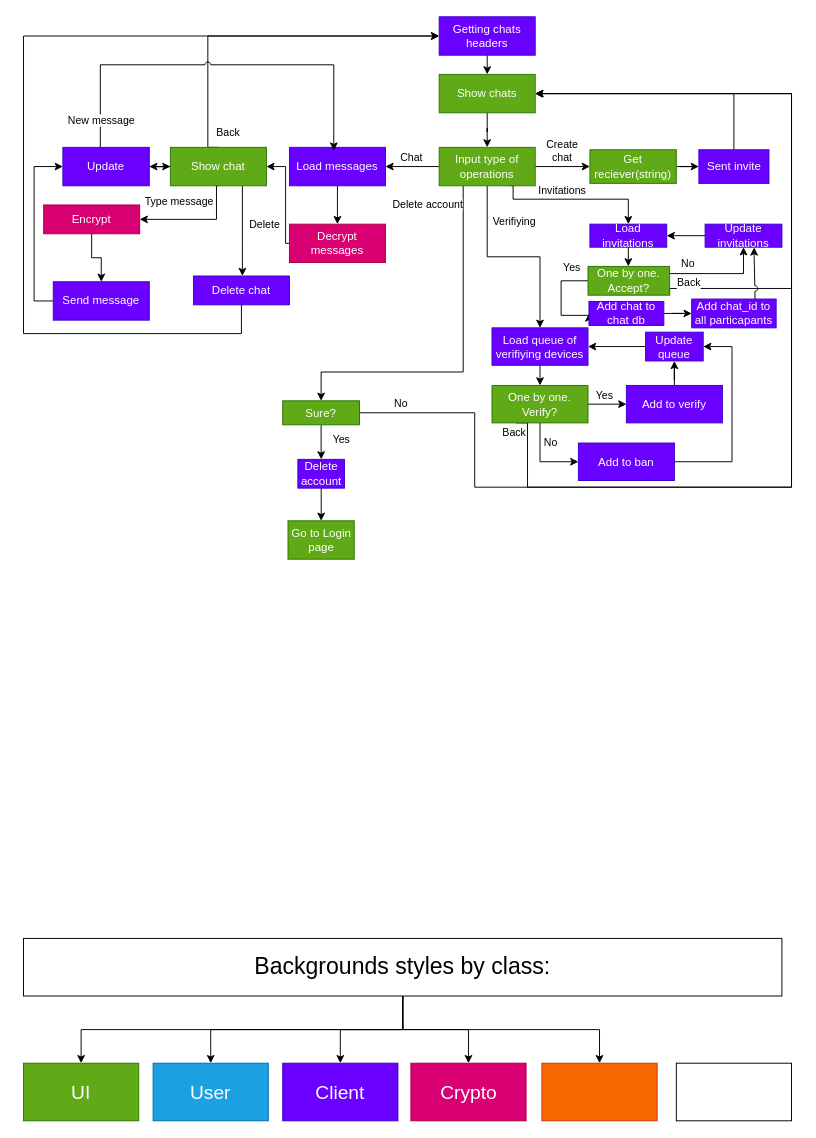
This is page "Main menu" (3 of 3) of Interaction.drawio from Dzmitry-Leushukou/Msg, a draw.io file, before an edit. Source tidied: cells renumbered, new cells numbered last; positions are measured from the earlier drawing's top-left corner, leaving out a move shared by most shapes. Both pictures are drawn from the tidied source at 96%, with x=0, y=0 at pixel (23, 16).
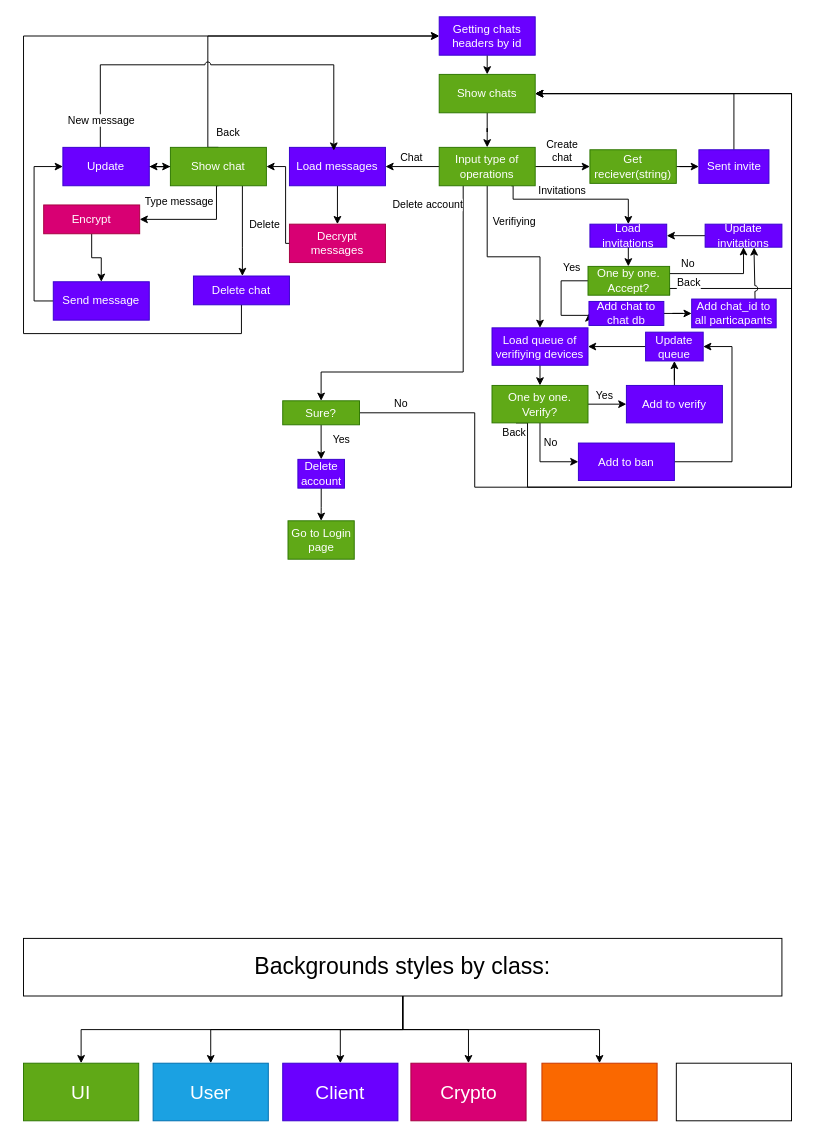
The same diagram, later.

What changed in the source:
```diff
@@
-    <mxCell id="15" value="Getting chats headers" style="rounded=0;whiteSpace=wrap;html=1;fillColor=#6a00ff;fontColor=#ffffff;strokeColor=#3700CC;" parent="1" vertex="1">
+    <mxCell id="15" value="Getting chats headers by id" style="rounded=0;whiteSpace=wrap;html=1;fillColor=#6a00ff;fontColor=#ffffff;strokeColor=#3700CC;" parent="1" vertex="1">
       <mxGeometry x="433" width="100" height="40" as="geometry" />
     </mxCell>
```
